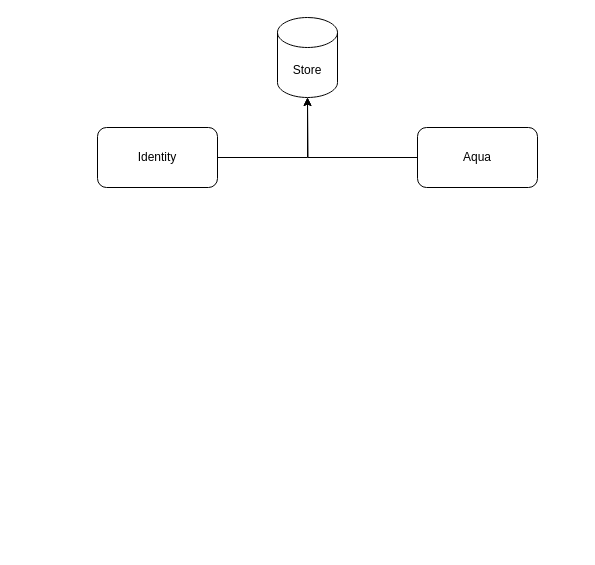
The draw.io diagram archi.drawio in Marcel-B/turbotest, before the edit. Source tidied: cells renumbered, new cells numbered last; positions are measured from the earlier drawing's top-left corner, leaving out a move shared by most shapes. Both pictures are drawn from the tidied source at 100%, with x=0, y=0 at pixel (97, 17).
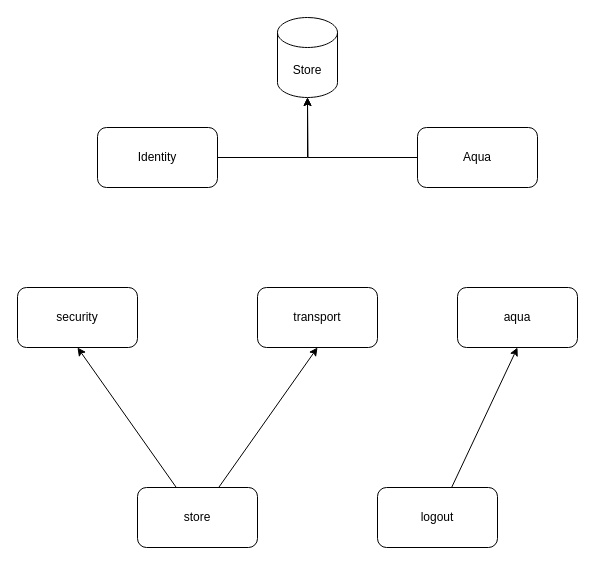
The same page after the edit.

Diff of the diagram source:
```diff
@@
 <mxGraphModel>
   <root>
     <mxCell id="0" />
     <mxCell id="1" parent="0" />
     <mxCell id="2" value="Store" style="shape=cylinder3;whiteSpace=wrap;html=1;boundedLbl=1;backgroundOutline=1;size=15;" parent="1" vertex="1">
       <mxGeometry x="180" width="60" height="80" as="geometry" />
     </mxCell>
     <mxCell id="3" style="edgeStyle=orthogonalEdgeStyle;rounded=0;jettySize=auto;html=1;entryX=0.5;entryY=1;entryDx=0;entryDy=0;entryPerimeter=0;" parent="1" edge="1" source="4" target="2">
       <mxGeometry relative="1" as="geometry" />
     </mxCell>
     <mxCell id="4" value="Identity" style="rounded=1;whiteSpace=wrap;html=1;" parent="1" vertex="1">
       <mxGeometry y="110" width="120" height="60" as="geometry" />
     </mxCell>
     <mxCell id="5" style="edgeStyle=orthogonalEdgeStyle;rounded=0;jettySize=auto;html=1;" parent="1" edge="1" source="6">
       <mxGeometry relative="1" as="geometry">
         <mxPoint x="210" y="80" as="targetPoint" />
       </mxGeometry>
     </mxCell>
     <mxCell id="6" value="Aqua" style="rounded=1;whiteSpace=wrap;html=1;" parent="1" vertex="1">
       <mxGeometry x="320" y="110" width="120" height="60" as="geometry" />
     </mxCell>
+    <mxCell id="7" value="security" style="rounded=1;whiteSpace=wrap;html=1;" parent="1" vertex="1">
+      <mxGeometry x="-80" y="270" width="120" height="60" as="geometry" />
+    </mxCell>
+    <mxCell id="8" style="edgeStyle=none;html=1;entryX=0.5;entryY=1;entryDx=0;entryDy=0;" parent="1" edge="1" source="10" target="7">
+      <mxGeometry relative="1" as="geometry" />
+    </mxCell>
+    <mxCell id="9" style="edgeStyle=none;html=1;entryX=0.5;entryY=1;entryDx=0;entryDy=0;" parent="1" edge="1" source="10" target="11">
+      <mxGeometry relative="1" as="geometry" />
+    </mxCell>
+    <mxCell id="10" value="store" style="rounded=1;whiteSpace=wrap;html=1;" parent="1" vertex="1">
+      <mxGeometry x="40" y="470" width="120" height="60" as="geometry" />
+    </mxCell>
+    <mxCell id="11" value="transport" style="rounded=1;whiteSpace=wrap;html=1;" parent="1" vertex="1">
+      <mxGeometry x="160" y="270" width="120" height="60" as="geometry" />
+    </mxCell>
+    <mxCell id="12" value="aqua" style="rounded=1;whiteSpace=wrap;html=1;" parent="1" vertex="1">
+      <mxGeometry x="360" y="270" width="120" height="60" as="geometry" />
+    </mxCell>
+    <mxCell id="13" style="edgeStyle=none;html=1;entryX=0.5;entryY=1;entryDx=0;entryDy=0;" parent="1" edge="1" source="14" target="12">
+      <mxGeometry relative="1" as="geometry" />
+    </mxCell>
+    <mxCell id="14" value="logout" style="rounded=1;whiteSpace=wrap;html=1;" parent="1" vertex="1">
+      <mxGeometry x="280" y="470" width="120" height="60" as="geometry" />
+    </mxCell>
   </root>
 </mxGraphModel>
```
